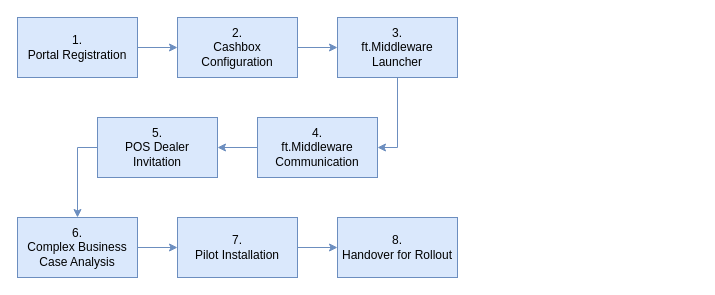
This is for-poscreators/media/pos-creator-integration-phases.drawio from fiskaltrust/productdescription-de-doc, a draw.io file, before an edit. Source tidied: cells renumbered, new cells numbered last; positions are measured from the earlier drawing's top-left corner, leaving out a move shared by most shapes. Both pictures are drawn from the tidied source at 100%, with x=0, y=0 at pixel (17, 17).
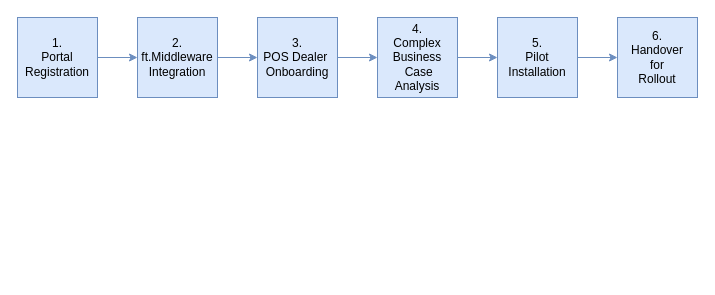
Above is the later version.

The edit, as a diff of the source:
```diff
@@
 <mxGraphModel>
   <root>
     <mxCell id="0" />
     <mxCell id="1" parent="0" />
     <mxCell id="2" style="edgeStyle=orthogonalEdgeStyle;rounded=0;jettySize=auto;html=1;fillColor=#dae8fc;strokeColor=#6c8ebf;" parent="1" edge="1" source="3" target="5">
       <mxGeometry relative="1" as="geometry" />
     </mxCell>
-    <mxCell id="3" value="1.&lt;br&gt;Portal Registration" style="rounded=0;whiteSpace=wrap;html=1;fillColor=#dae8fc;strokeColor=#6c8ebf;" parent="1" vertex="1">
-      <mxGeometry width="120" height="60" as="geometry" />
+    <mxCell id="3" value="1.&lt;br&gt;Portal &lt;br&gt;Registration" style="rounded=0;whiteSpace=wrap;html=1;fillColor=#dae8fc;strokeColor=#6c8ebf;" parent="1" vertex="1">
+      <mxGeometry width="80" height="80" as="geometry" />
     </mxCell>
     <mxCell id="4" style="edgeStyle=orthogonalEdgeStyle;rounded=0;jettySize=auto;html=1;fillColor=#dae8fc;strokeColor=#6c8ebf;" parent="1" edge="1" source="5" target="7">
       <mxGeometry relative="1" as="geometry" />
     </mxCell>
-    <mxCell id="5" value="2.&lt;br&gt;Cashbox Configuration" style="rounded=0;whiteSpace=wrap;html=1;fillColor=#dae8fc;strokeColor=#6c8ebf;" parent="1" vertex="1">
-      <mxGeometry x="160" width="120" height="60" as="geometry" />
+    <mxCell id="5" value="2.&lt;br&gt;ft.Middleware&lt;br&gt;Integration" style="rounded=0;whiteSpace=wrap;html=1;fillColor=#dae8fc;strokeColor=#6c8ebf;" parent="1" vertex="1">
+      <mxGeometry x="120" width="80" height="80" as="geometry" />
     </mxCell>
-    <mxCell id="6" style="edgeStyle=orthogonalEdgeStyle;rounded=0;jettySize=auto;html=1;fillColor=#dae8fc;strokeColor=#6c8ebf;entryX=1;entryY=0.5;entryDx=0;entryDy=0;" parent="1" edge="1" source="7" target="8">
-      <mxGeometry relative="1" as="geometry">
-        <Array as="points">
-          <mxPoint x="380" y="130" />
-        </Array>
-      </mxGeometry>
-    </mxCell>
-    <mxCell id="7" value="3.&lt;br&gt;ft.Middleware &lt;br&gt;Launcher" style="rounded=0;whiteSpace=wrap;html=1;fillColor=#dae8fc;strokeColor=#6c8ebf;" parent="1" vertex="1">
-      <mxGeometry x="320" width="120" height="60" as="geometry" />
+    <mxCell id="7" value="&lt;span&gt;3.&lt;/span&gt;&lt;br&gt;&lt;span&gt;POS Dealer&amp;nbsp;&lt;/span&gt;&lt;br&gt;&lt;span&gt;Onboarding&lt;/span&gt;" style="rounded=0;whiteSpace=wrap;html=1;fillColor=#dae8fc;strokeColor=#6c8ebf;" parent="1" vertex="1">
+      <mxGeometry x="240" width="80" height="80" as="geometry" />
     </mxCell>
-    <mxCell id="8" value="4.&lt;br&gt;ft.Middleware Communication" style="rounded=0;whiteSpace=wrap;html=1;fillColor=#dae8fc;strokeColor=#6c8ebf;" parent="1" vertex="1">
-      <mxGeometry x="240" y="100" width="120" height="60" as="geometry" />
+    <mxCell id="8" value="&lt;span&gt;4.&lt;/span&gt;&lt;br&gt;&lt;span&gt;Complex Business&lt;br&gt;&amp;nbsp;Case Analysis&lt;/span&gt;" style="rounded=0;whiteSpace=wrap;html=1;fillColor=#dae8fc;strokeColor=#6c8ebf;" parent="1" vertex="1">
+      <mxGeometry x="360" width="80" height="80" as="geometry" />
     </mxCell>
+    <mxCell id="10" value="&lt;span&gt;5.&lt;/span&gt;&lt;br&gt;&lt;span&gt;Pilot Installation&lt;/span&gt;" style="rounded=0;whiteSpace=wrap;html=1;fillColor=#dae8fc;strokeColor=#6c8ebf;" parent="1" vertex="1">
+      <mxGeometry x="480" width="80" height="80" as="geometry" />
+    </mxCell>
+    <mxCell id="12" value="&lt;span&gt;6.&lt;/span&gt;&lt;br&gt;&lt;span&gt;Handover&lt;br&gt;for &lt;br&gt;Rollout&lt;/span&gt;" style="rounded=0;whiteSpace=wrap;html=1;fillColor=#dae8fc;strokeColor=#6c8ebf;" parent="1" vertex="1">
+      <mxGeometry x="600" width="80" height="80" as="geometry" />
+    </mxCell>
+    <mxCell id="6" style="edgeStyle=orthogonalEdgeStyle;rounded=0;jettySize=auto;html=1;fillColor=#dae8fc;strokeColor=#6c8ebf;exitX=1;exitY=0.5;exitDx=0;exitDy=0;entryX=0;entryY=0.5;entryDx=0;entryDy=0;" parent="1" edge="1" source="7" target="8">
+      <mxGeometry relative="1" as="geometry" />
+    </mxCell>
+    <mxCell id="16" style="edgeStyle=orthogonalEdgeStyle;rounded=0;jettySize=auto;html=1;fillColor=#dae8fc;strokeColor=#6c8ebf;exitX=1;exitY=0.5;exitDx=0;exitDy=0;entryX=0;entryY=0.5;entryDx=0;entryDy=0;" parent="1" edge="1" source="8" target="10">
+      <mxGeometry relative="1" as="geometry" />
+    </mxCell>
-    <mxCell id="9" style="edgeStyle=orthogonalEdgeStyle;rounded=0;jettySize=auto;html=1;fillColor=#dae8fc;strokeColor=#6c8ebf;exitX=0;exitY=0.5;exitDx=0;exitDy=0;entryX=0.5;entryY=0;entryDx=0;entryDy=0;" parent="1" edge="1" source="10" target="12">
-      <mxGeometry relative="1" as="geometry">
-        <Array as="points">
-          <mxPoint x="60" y="130" />
-        </Array>
-      </mxGeometry>
+    <mxCell id="9" style="edgeStyle=orthogonalEdgeStyle;rounded=0;jettySize=auto;html=1;fillColor=#dae8fc;strokeColor=#6c8ebf;entryX=0;entryY=0.5;entryDx=0;entryDy=0;exitX=1;exitY=0.5;exitDx=0;exitDy=0;" parent="1" edge="1" source="10" target="12">
+      <mxGeometry relative="1" as="geometry" />
     </mxCell>
-    <mxCell id="10" value="5.&lt;br&gt;POS Dealer &lt;br&gt;Invitation" style="rounded=0;whiteSpace=wrap;html=1;fillColor=#dae8fc;strokeColor=#6c8ebf;" parent="1" vertex="1">
-      <mxGeometry x="80" y="100" width="120" height="60" as="geometry" />
-    </mxCell>
-    <mxCell id="11" style="edgeStyle=orthogonalEdgeStyle;rounded=0;jettySize=auto;html=1;fillColor=#dae8fc;strokeColor=#6c8ebf;" parent="1" edge="1" source="12" target="14">
-      <mxGeometry relative="1" as="geometry" />
-    </mxCell>
-    <mxCell id="12" value="6.&lt;br&gt;Complex Business Case Analysis" style="rounded=0;whiteSpace=wrap;html=1;fillColor=#dae8fc;strokeColor=#6c8ebf;" parent="1" vertex="1">
-      <mxGeometry y="200" width="120" height="60" as="geometry" />
-    </mxCell>
-    <mxCell id="13" style="edgeStyle=orthogonalEdgeStyle;rounded=0;jettySize=auto;html=1;fillColor=#dae8fc;strokeColor=#6c8ebf;" parent="1" edge="1" source="14" target="15">
-      <mxGeometry relative="1" as="geometry" />
-    </mxCell>
-    <mxCell id="14" value="7.&lt;br&gt;Pilot Installation" style="rounded=0;whiteSpace=wrap;html=1;fillColor=#dae8fc;strokeColor=#6c8ebf;" parent="1" vertex="1">
-      <mxGeometry x="160" y="200" width="120" height="60" as="geometry" />
-    </mxCell>
-    <mxCell id="15" value="8.&lt;br&gt;Handover for Rollout" style="rounded=0;whiteSpace=wrap;html=1;fillColor=#dae8fc;strokeColor=#6c8ebf;" parent="1" vertex="1">
-      <mxGeometry x="320" y="200" width="120" height="60" as="geometry" />
-    </mxCell>
-    <mxCell id="16" style="edgeStyle=orthogonalEdgeStyle;rounded=0;jettySize=auto;html=1;fillColor=#dae8fc;strokeColor=#6c8ebf;entryX=1;entryY=0.5;entryDx=0;entryDy=0;exitX=0;exitY=0.5;exitDx=0;exitDy=0;" parent="1" edge="1" source="8" target="10">
-      <mxGeometry relative="1" as="geometry" />
-    </mxCell>
   </root>
 </mxGraphModel>
```
